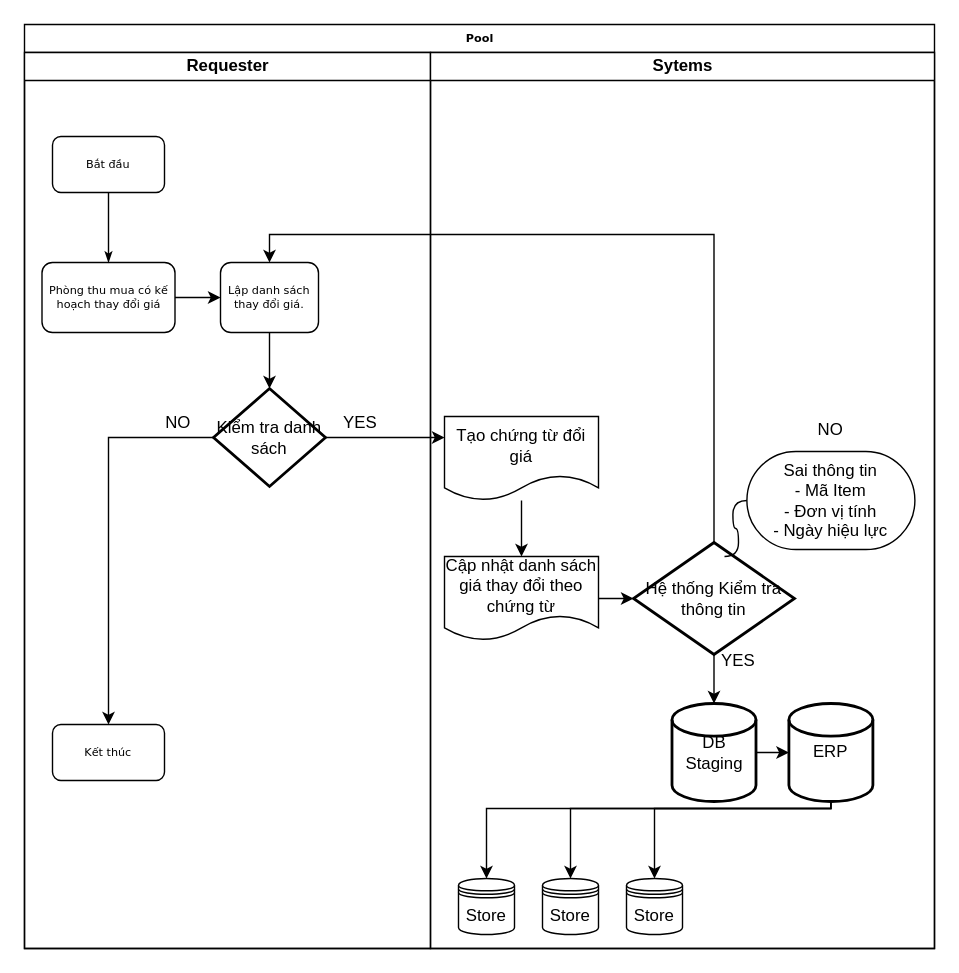
quachnguyen208/WebReportDA keeps this draw.io diagram as ChangePriceFlow.drawio. Above is the earlier version. Source tidied: cells renumbered, new cells numbered last; positions are measured from the earlier drawing's top-left corner, leaving out a move shared by most shapes. Both pictures are drawn from the tidied source at 140%, with x=0, y=0 at pixel (24, 24).
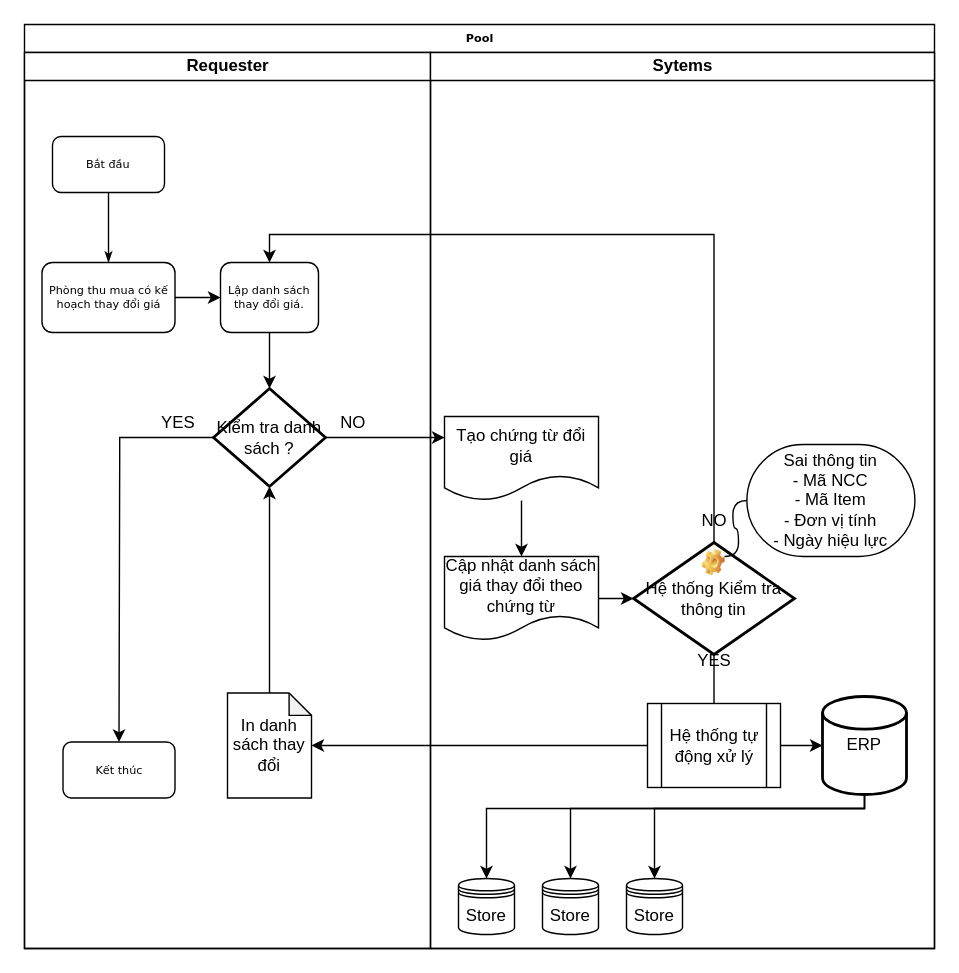
Above is the later version.

Unchanged cells that the change refers to:
```xml
<mxCell id="2" value="Pool" style="swimlane;html=1;startSize=20;rounded=0;shadow=0;labelBackgroundColor=none;strokeWidth=1;fontFamily=Verdana;fontSize=8;align=center;" parent="1" vertex="1">
  <mxGeometry width="650" height="660" as="geometry" />
</mxCell>
<mxCell id="3" value="Requester" style="swimlane;html=1;startSize=20;" parent="2" vertex="1">
  <mxGeometry y="20" width="290" height="640" as="geometry" />
</mxCell>
<mxCell id="9" value="Lập danh sách thay đổi giá." style="rounded=1;whiteSpace=wrap;html=1;shadow=0;labelBackgroundColor=none;strokeWidth=1;fontFamily=Verdana;fontSize=8;align=center;" parent="3" vertex="1">
  <mxGeometry x="140" y="150" width="70" height="50" as="geometry" />
</mxCell>
<mxCell id="17" value="Sytems" style="swimlane;html=1;startSize=20;" parent="2" vertex="1">
  <mxGeometry x="290" y="20" width="360" height="640" as="geometry" />
</mxCell>
<mxCell id="18" value="Tạo chứng từ đổi giá" style="shape=document;whiteSpace=wrap;html=1;boundedLbl=1;strokeWidth=1;" parent="17" vertex="1">
  <mxGeometry x="10" y="260" width="110" height="60" as="geometry" />
</mxCell>
<mxCell id="23" value="Hệ thống Kiểm tra thông tin" style="strokeWidth=2;html=1;shape=mxgraph.flowchart.decision;whiteSpace=wrap;" parent="17" vertex="1">
  <mxGeometry x="145" y="350" width="115" height="80" as="geometry" />
</mxCell>
<mxCell id="26" value="Store" style="shape=datastore;whiteSpace=wrap;html=1;strokeWidth=1;" parent="17" vertex="1">
  <mxGeometry x="20" y="590" width="40" height="40" as="geometry" />
</mxCell>
<mxCell id="27" value="Store" style="shape=datastore;whiteSpace=wrap;html=1;strokeWidth=1;" parent="17" vertex="1">
  <mxGeometry x="80" y="590" width="40" height="40" as="geometry" />
</mxCell>
<mxCell id="28" value="Store" style="shape=datastore;whiteSpace=wrap;html=1;strokeWidth=1;" parent="17" vertex="1">
  <mxGeometry x="140" y="590" width="40" height="40" as="geometry" />
</mxCell>
```

Change to the diagram source:
```diff
@@
+    <mxCell id="15" style="edgeStyle=orthogonalEdgeStyle;rounded=0;jettySize=auto;html=1;entryX=0;entryY=0.25;entryDx=0;entryDy=0;" parent="2" edge="1" source="12" target="18">
+      <mxGeometry relative="1" as="geometry" />
+    </mxCell>
+    <mxCell id="16" style="edgeStyle=orthogonalEdgeStyle;rounded=0;jettySize=auto;html=1;exitX=0.5;exitY=0;exitDx=0;exitDy=0;exitPerimeter=0;entryX=0.5;entryY=0;entryDx=0;entryDy=0;" parent="2" edge="1" source="23" target="9">
+      <mxGeometry relative="1" as="geometry" />
+    </mxCell>
@@
     <mxCell id="10" value="Kết thúc" style="rounded=1;whiteSpace=wrap;html=1;shadow=0;labelBackgroundColor=none;strokeWidth=1;fontFamily=Verdana;fontSize=8;align=center;" parent="3" vertex="1">
-      <mxGeometry x="20" y="480" width="80" height="40" as="geometry" />
+      <mxGeometry x="27.5" y="492.5" width="80" height="40" as="geometry" />
     </mxCell>
+    <mxCell id="12" value="Kiểm tra danh sách ?" style="strokeWidth=2;html=1;shape=mxgraph.flowchart.decision;whiteSpace=wrap;" parent="3" vertex="1">
+      <mxGeometry x="135" y="240" width="80" height="70" as="geometry" />
+    </mxCell>
+    <mxCell id="14" value="NO" style="text;html=1;strokeColor=none;fillColor=none;align=center;verticalAlign=middle;whiteSpace=wrap;rounded=0;" parent="3" vertex="1">
+      <mxGeometry x="205" y="250" width="60" height="30" as="geometry" />
+    </mxCell>
+    <mxCell id="37" style="edgeStyle=orthogonalEdgeStyle;rounded=0;jettySize=auto;html=1;entryX=0.5;entryY=1;entryDx=0;entryDy=0;entryPerimeter=0;" parent="3" edge="1" source="38" target="12">
+      <mxGeometry relative="1" as="geometry" />
+    </mxCell>
+    <mxCell id="38" value="In danh sách thay đổi" style="shape=note;whiteSpace=wrap;html=1;backgroundOutline=1;darkOpacity=0.05;strokeWidth=1;size=16;" parent="3" vertex="1">
+      <mxGeometry x="145" y="457.5" width="60" height="75" as="geometry" />
+    </mxCell>
-    <mxCell id="11" style="edgeStyle=orthogonalEdgeStyle;rounded=0;jettySize=auto;html=1;entryX=0.5;entryY=0;entryDx=0;entryDy=0;" parent="3" edge="1" source="12" target="10">
-      <mxGeometry relative="1" as="geometry" />
+    <mxCell id="11" style="edgeStyle=orthogonalEdgeStyle;rounded=0;jettySize=auto;html=1;entryX=0.5;entryY=0;entryDx=0;entryDy=0;exitX=0;exitY=0.5;exitDx=0;exitDy=0;exitPerimeter=0;" parent="3" edge="1" source="12" target="10">
+      <mxGeometry relative="1" as="geometry">
+        <Array as="points">
+          <mxPoint x="68" y="275" />
+          <mxPoint x="68" y="290" />
+        </Array>
+      </mxGeometry>
     </mxCell>
-    <mxCell id="12" value="Kiểm tra danh sách" style="strokeWidth=2;html=1;shape=mxgraph.flowchart.decision;whiteSpace=wrap;" parent="3" vertex="1">
-      <mxGeometry x="135" y="240" width="80" height="70" as="geometry" />
-    </mxCell>
     <mxCell id="13" value="YES" style="text;html=1;strokeColor=none;fillColor=none;align=center;verticalAlign=middle;whiteSpace=wrap;rounded=0;" parent="3" vertex="1">
-      <mxGeometry x="210" y="250" width="60" height="30" as="geometry" />
+      <mxGeometry x="80" y="250" width="60" height="30" as="geometry" />
     </mxCell>
-    <mxCell id="14" value="NO" style="text;html=1;strokeColor=none;fillColor=none;align=center;verticalAlign=middle;whiteSpace=wrap;rounded=0;" parent="3" vertex="1">
-      <mxGeometry x="80" y="250" width="60" height="30" as="geometry" />
-    </mxCell>
-    <mxCell id="15" style="edgeStyle=orthogonalEdgeStyle;rounded=0;jettySize=auto;html=1;entryX=0;entryY=0.25;entryDx=0;entryDy=0;" parent="2" edge="1" source="12" target="18">
-      <mxGeometry relative="1" as="geometry" />
-    </mxCell>
-    <mxCell id="16" style="edgeStyle=orthogonalEdgeStyle;rounded=0;jettySize=auto;html=1;exitX=0.5;exitY=0;exitDx=0;exitDy=0;exitPerimeter=0;entryX=0.5;entryY=0;entryDx=0;entryDy=0;" parent="2" edge="1" source="23" target="9">
-      <mxGeometry relative="1" as="geometry" />
-    </mxCell>
@@
-    <mxCell id="22" style="edgeStyle=orthogonalEdgeStyle;rounded=0;jettySize=auto;html=1;entryX=0.5;entryY=0;entryDx=0;entryDy=0;entryPerimeter=0;" parent="17" edge="1" source="23" target="25">
-      <mxGeometry relative="1" as="geometry" />
-    </mxCell>
+    <mxCell id="39" style="edgeStyle=orthogonalEdgeStyle;rounded=0;jettySize=auto;html=1;entryX=0.5;entryY=0.417;entryDx=0;entryDy=0;entryPerimeter=0;" parent="17" edge="1" source="23" target="41">
+      <mxGeometry relative="1" as="geometry" />
+    </mxCell>
@@
-    <mxCell id="24" style="edgeStyle=orthogonalEdgeStyle;rounded=0;jettySize=auto;html=1;entryX=0;entryY=0.5;entryDx=0;entryDy=0;entryPerimeter=0;" parent="17" edge="1" source="25" target="34">
-      <mxGeometry relative="1" as="geometry" />
-    </mxCell>
-    <mxCell id="25" value="DB Staging" style="strokeWidth=2;html=1;shape=mxgraph.flowchart.database;whiteSpace=wrap;" parent="17" vertex="1">
-      <mxGeometry x="172.5" y="465" width="60" height="70" as="geometry" />
-    </mxCell>
@@
-    <mxCell id="29" value="&lt;div&gt;Sai thông tin&lt;/div&gt;&lt;div&gt;- Mã Item&lt;/div&gt;&lt;div&gt;- Đơn vị tính&lt;/div&gt;&lt;div&gt;- Ngày hiệu lực&lt;br&gt;&lt;/div&gt;" style="whiteSpace=wrap;html=1;rounded=1;arcSize=50;align=center;verticalAlign=middle;strokeWidth=1;spacing=4;newEdgeStyle={&quot;edgeStyle&quot;:&quot;entityRelationEdgeStyle&quot;,&quot;startArrow&quot;:&quot;none&quot;,&quot;endArrow&quot;:&quot;none&quot;,&quot;segment&quot;:10,&quot;curved&quot;:1};" parent="17" vertex="1">
-      <mxGeometry x="226" y="285" width="120" height="70" as="geometry" />
+    <mxCell id="29" value="&lt;div&gt;Sai thông tin&lt;/div&gt;&lt;div&gt;- Mã NCC&lt;br&gt;&lt;/div&gt;&lt;div&gt;- Mã Item&lt;/div&gt;&lt;div&gt;- Đơn vị tính&lt;/div&gt;&lt;div&gt;- Ngày hiệu lực&lt;br&gt;&lt;/div&gt;" style="whiteSpace=wrap;html=1;rounded=1;arcSize=50;align=center;verticalAlign=middle;strokeWidth=1;spacing=4;newEdgeStyle={&quot;edgeStyle&quot;:&quot;entityRelationEdgeStyle&quot;,&quot;startArrow&quot;:&quot;none&quot;,&quot;endArrow&quot;:&quot;none&quot;,&quot;segment&quot;:10,&quot;curved&quot;:1};" parent="17" vertex="1">
+      <mxGeometry x="226" y="280" width="120" height="80" as="geometry" />
     </mxCell>
@@
     <mxCell id="31" style="edgeStyle=orthogonalEdgeStyle;rounded=0;jettySize=auto;html=1;entryX=0.5;entryY=0;entryDx=0;entryDy=0;" parent="17" edge="1" source="34" target="26">
       <mxGeometry relative="1" as="geometry">
         <Array as="points">
-          <mxPoint x="286" y="540" />
+          <mxPoint x="310" y="540" />
           <mxPoint x="40" y="540" />
         </Array>
       </mxGeometry>
     </mxCell>
     <mxCell id="32" style="edgeStyle=orthogonalEdgeStyle;rounded=0;jettySize=auto;html=1;entryX=0.5;entryY=0;entryDx=0;entryDy=0;" parent="17" edge="1" source="34" target="27">
       <mxGeometry relative="1" as="geometry">
         <Array as="points">
-          <mxPoint x="286" y="540" />
+          <mxPoint x="310" y="540" />
           <mxPoint x="100" y="540" />
         </Array>
       </mxGeometry>
     </mxCell>
     <mxCell id="33" style="edgeStyle=orthogonalEdgeStyle;rounded=0;jettySize=auto;html=1;entryX=0.5;entryY=0;entryDx=0;entryDy=0;" parent="17" edge="1" source="34" target="28">
       <mxGeometry relative="1" as="geometry">
         <Array as="points">
-          <mxPoint x="286" y="540" />
+          <mxPoint x="310" y="540" />
           <mxPoint x="160" y="540" />
         </Array>
       </mxGeometry>
     </mxCell>
     <mxCell id="34" value="ERP" style="strokeWidth=2;html=1;shape=mxgraph.flowchart.database;whiteSpace=wrap;" parent="17" vertex="1">
-      <mxGeometry x="256" y="465" width="60" height="70" as="geometry" />
+      <mxGeometry x="280" y="460" width="60" height="70" as="geometry" />
     </mxCell>
     <mxCell id="35" value="YES" style="text;html=1;strokeColor=none;fillColor=none;align=center;verticalAlign=middle;whiteSpace=wrap;rounded=0;" parent="17" vertex="1">
-      <mxGeometry x="190" y="420" width="60" height="30" as="geometry" />
+      <mxGeometry x="172.5" y="420" width="60" height="30" as="geometry" />
     </mxCell>
     <mxCell id="36" value="NO" style="text;html=1;strokeColor=none;fillColor=none;align=center;verticalAlign=middle;whiteSpace=wrap;rounded=0;" parent="17" vertex="1">
-      <mxGeometry x="256" y="255" width="60" height="30" as="geometry" />
+      <mxGeometry x="172.5" y="320" width="60" height="30" as="geometry" />
     </mxCell>
+    <mxCell id="40" style="edgeStyle=orthogonalEdgeStyle;rounded=0;jettySize=auto;html=1;" parent="17" edge="1" source="41" target="34">
+      <mxGeometry relative="1" as="geometry" />
+    </mxCell>
+    <mxCell id="41" value="Hệ thống tự động xử lý" style="shape=process;whiteSpace=wrap;html=1;backgroundOutline=1;strokeWidth=1;" parent="17" vertex="1">
+      <mxGeometry x="155" y="465" width="95" height="60" as="geometry" />
+    </mxCell>
+    <mxCell id="42" style="shape=image;html=1;verticalLabelPosition=bottom;verticalAlign=top;imageAspect=1;image=img/clipart/Gear_128x128.png;strokeWidth=1;" parent="17" vertex="1">
+      <mxGeometry x="194.4" y="355" width="16.2" height="19" as="geometry" />
+    </mxCell>
+    <mxCell id="43" style="edgeStyle=orthogonalEdgeStyle;rounded=0;jettySize=auto;html=1;" parent="2" edge="1" source="41" target="38">
+      <mxGeometry relative="1" as="geometry" />
+    </mxCell>
```
